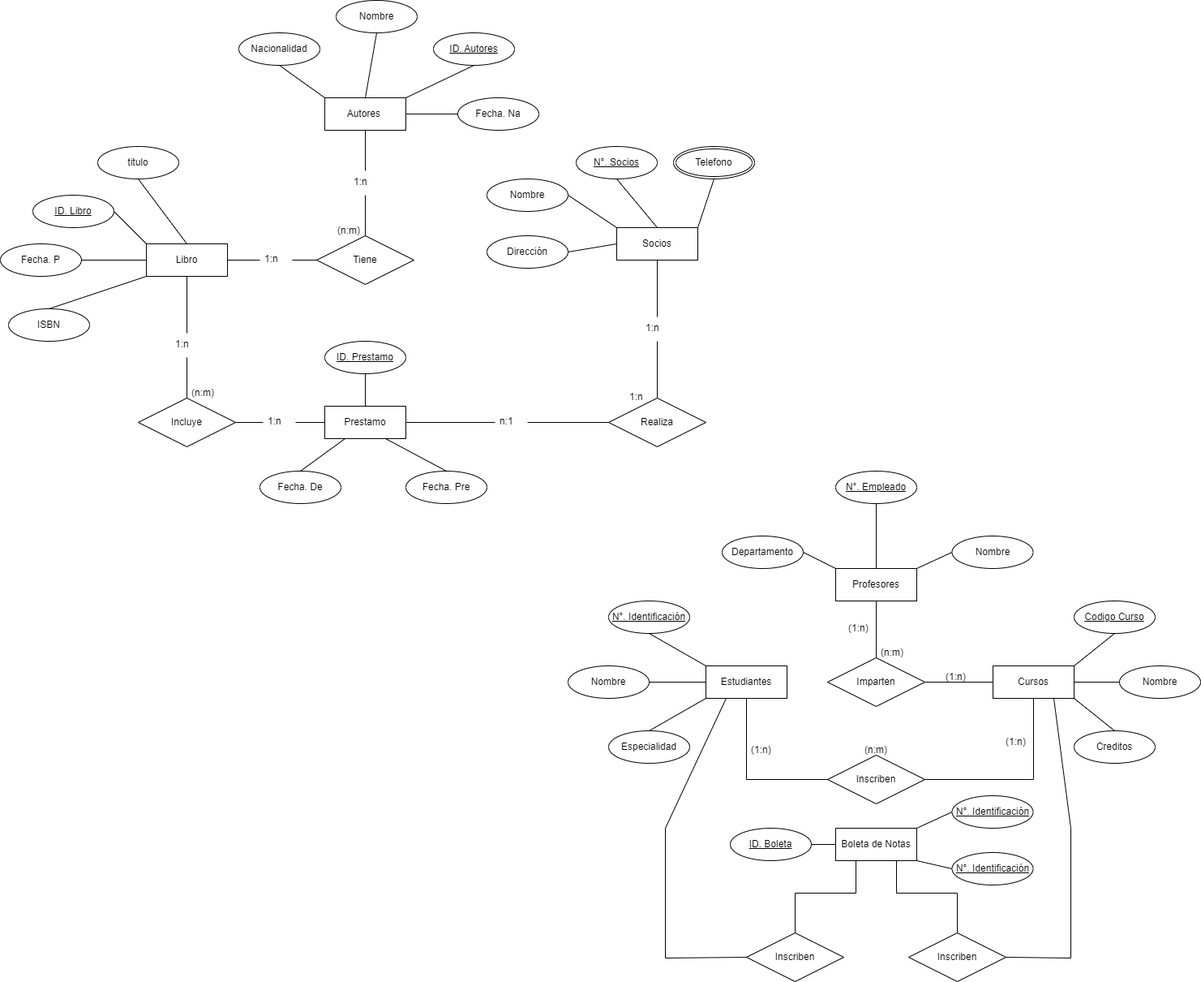
The draw.io diagram Biblioteca.drawio.png in skies120/Nuevo-Proyecto, before a commit. Source tidied: cells renumbered, new cells last; positions are measured from the earlier drawing's top-left corner, leaving out a move shared by most shapes.
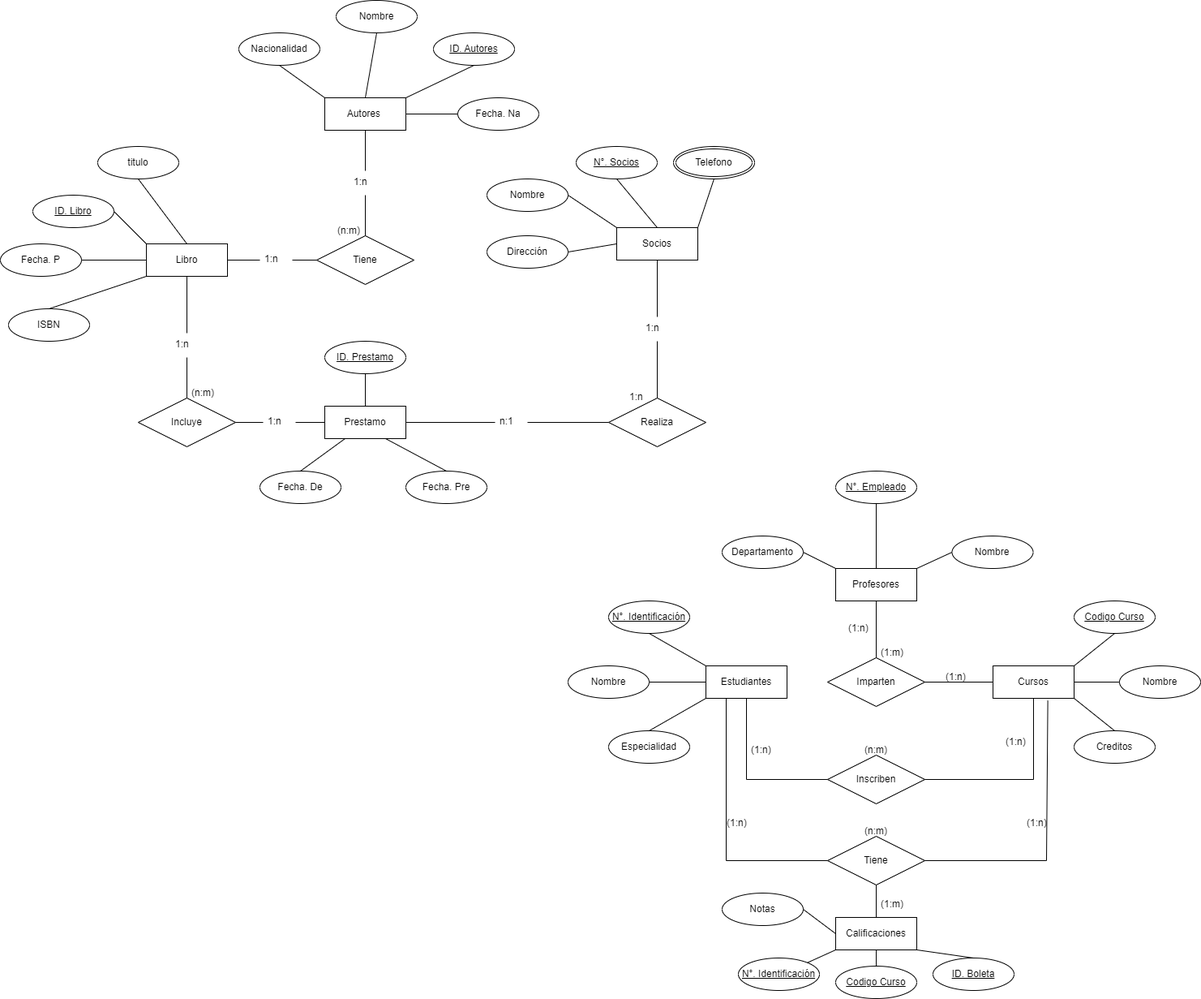
Later version of the same file.

Diff of the diagram source:
```diff
@@ -284,67 +284,67 @@
     <mxCell id="91" value="(1:n)" style="text;strokeColor=none;fillColor=none;spacingLeft=4;spacingRight=4;overflow=hidden;fontSize=12;whiteSpace=wrap;html=1;" parent="1" vertex="1">
       <mxGeometry x="1040" y="760" width="40" height="30" as="geometry" />
     </mxCell>
-    <mxCell id="92" value="(n:m)" style="text;strokeColor=none;fillColor=none;spacingLeft=4;spacingRight=4;overflow=hidden;fontSize=12;whiteSpace=wrap;html=1;" parent="1" vertex="1">
+    <mxCell id="92" value="(1:m)" style="text;strokeColor=none;fillColor=none;spacingLeft=4;spacingRight=4;overflow=hidden;fontSize=12;whiteSpace=wrap;html=1;" parent="1" vertex="1">
       <mxGeometry x="1080" y="790" width="40" height="30" as="geometry" />
     </mxCell>
-    <mxCell id="93" value="Boleta de Notas" style="whiteSpace=wrap;html=1;align=center;" parent="1" vertex="1">
-      <mxGeometry x="1030" y="1020" width="100" height="40" as="geometry" />
+    <mxCell id="93" value="Calificaciones" style="whiteSpace=wrap;html=1;align=center;" parent="1" vertex="1">
+      <mxGeometry x="1030" y="1130" width="100" height="40" as="geometry" />
     </mxCell>
-    <mxCell id="94" value="Inscriben" style="shape=rhombus;perimeter=rhombusPerimeter;whiteSpace=wrap;html=1;align=center;" parent="1" vertex="1">
-      <mxGeometry x="920" y="1149" width="120" height="60" as="geometry" />
-    </mxCell>
-    <mxCell id="95" value="N°. Identificación" style="ellipse;whiteSpace=wrap;html=1;align=center;fontStyle=4;" parent="1" vertex="1">
-      <mxGeometry x="1173.5" y="1050" width="100" height="40" as="geometry" />
+    <mxCell id="95" value="Codigo Curso" style="ellipse;whiteSpace=wrap;html=1;align=center;fontStyle=4;" parent="1" vertex="1">
+      <mxGeometry x="1030" y="1190" width="100" height="40" as="geometry" />
     </mxCell>
     <mxCell id="96" value="ID. Boleta" style="ellipse;whiteSpace=wrap;html=1;align=center;fontStyle=4;" parent="1" vertex="1">
-      <mxGeometry x="900" y="1020" width="100" height="40" as="geometry" />
+      <mxGeometry x="1150" y="1180" width="100" height="40" as="geometry" />
     </mxCell>
     <mxCell id="97" value="N°. Identificación" style="ellipse;whiteSpace=wrap;html=1;align=center;fontStyle=4;" parent="1" vertex="1">
-      <mxGeometry x="1173.5" y="980" width="100" height="40" as="geometry" />
+      <mxGeometry x="910" y="1180" width="100" height="40" as="geometry" />
     </mxCell>
-    <mxCell id="98" value="Inscriben" style="shape=rhombus;perimeter=rhombusPerimeter;whiteSpace=wrap;html=1;align=center;" parent="1" vertex="1">
-      <mxGeometry x="1120" y="1149" width="120" height="60" as="geometry" />
-    </mxCell>
+    <mxCell id="106" value="Notas" style="ellipse;whiteSpace=wrap;html=1;align=center;" parent="1" vertex="1">
+      <mxGeometry x="890" y="1100" width="100" height="40" as="geometry" />
+    </mxCell>
+    <mxCell id="101" style="endArrow=none;html=1;rounded=0;exitX=0.5;exitY=1;exitDx=0;exitDy=0;entryX=0.5;entryY=0;entryDx=0;entryDy=0;" parent="1" edge="1" source="93" target="95">
+      <mxGeometry relative="1" as="geometry" />
+    </mxCell>
+    <mxCell id="107" style="endArrow=none;html=1;rounded=0;exitX=1;exitY=0;exitDx=0;exitDy=0;entryX=0;entryY=1;entryDx=0;entryDy=0;" parent="1" edge="1" source="97" target="93">
+      <mxGeometry relative="1" as="geometry" />
+    </mxCell>
-    <mxCell id="99" style="endArrow=none;html=1;rounded=0;exitX=1;exitY=0.5;exitDx=0;exitDy=0;entryX=0;entryY=0.5;entryDx=0;entryDy=0;" parent="1" edge="1" source="96" target="93">
+    <mxCell id="99" style="endArrow=none;html=1;rounded=0;exitX=0.5;exitY=0;exitDx=0;exitDy=0;entryX=1;entryY=1;entryDx=0;entryDy=0;" parent="1" edge="1" source="96" target="93">
       <mxGeometry relative="1" as="geometry" />
     </mxCell>
-    <mxCell id="100" style="endArrow=none;html=1;rounded=0;exitX=1;exitY=0;exitDx=0;exitDy=0;entryX=0;entryY=0.5;entryDx=0;entryDy=0;" parent="1" edge="1" source="93" target="97">
-      <mxGeometry relative="1" as="geometry" />
-    </mxCell>
-    <mxCell id="101" style="endArrow=none;html=1;rounded=0;exitX=1;exitY=1;exitDx=0;exitDy=0;entryX=0;entryY=0.5;entryDx=0;entryDy=0;" parent="1" edge="1" source="93" target="95">
-      <mxGeometry relative="1" as="geometry" />
-    </mxCell>
-    <mxCell id="102" style="endArrow=none;html=1;rounded=0;exitX=0.25;exitY=1;exitDx=0;exitDy=0;entryX=0.5;entryY=0;entryDx=0;entryDy=0;" parent="1" edge="1" source="93" target="94">
-      <mxGeometry relative="1" as="geometry">
-        <Array as="points">
-          <mxPoint x="1055" y="1100" />
-          <mxPoint x="980" y="1100" />
-        </Array>
-      </mxGeometry>
-    </mxCell>
-    <mxCell id="103" style="endArrow=none;html=1;rounded=0;exitX=0.75;exitY=1;exitDx=0;exitDy=0;entryX=0.5;entryY=0;entryDx=0;entryDy=0;" parent="1" edge="1" source="93" target="98">
-      <mxGeometry relative="1" as="geometry">
-        <Array as="points">
-          <mxPoint x="1105" y="1100" />
-          <mxPoint x="1180" y="1100" />
-        </Array>
-      </mxGeometry>
-    </mxCell>
-    <mxCell id="104" style="endArrow=none;html=1;rounded=0;exitX=0.25;exitY=1;exitDx=0;exitDy=0;entryX=0;entryY=0.5;entryDx=0;entryDy=0;" parent="1" edge="1" source="62" target="94">
-      <mxGeometry relative="1" as="geometry">
-        <Array as="points">
-          <mxPoint x="820" y="1020" />
-          <mxPoint x="820" y="1180" />
-        </Array>
-      </mxGeometry>
-    </mxCell>
-    <mxCell id="105" style="endArrow=none;html=1;rounded=0;exitX=0.75;exitY=1;exitDx=0;exitDy=0;entryX=1;entryY=0.5;entryDx=0;entryDy=0;" parent="1" edge="1" source="61" target="98">
-      <mxGeometry relative="1" as="geometry">
-        <Array as="points">
-          <mxPoint x="1320" y="1020" />
-          <mxPoint x="1320" y="1180" />
-        </Array>
-      </mxGeometry>
-    </mxCell>
+    <mxCell id="108" value="Tiene" style="shape=rhombus;perimeter=rhombusPerimeter;whiteSpace=wrap;html=1;align=center;" parent="1" vertex="1">
+      <mxGeometry x="1020" y="1030" width="120" height="60" as="geometry" />
+    </mxCell>
+    <mxCell id="109" style="endArrow=none;html=1;rounded=0;exitX=0.5;exitY=1;exitDx=0;exitDy=0;entryX=0.5;entryY=0;entryDx=0;entryDy=0;" parent="1" edge="1" source="108" target="93">
+      <mxGeometry relative="1" as="geometry" />
+    </mxCell>
+    <mxCell id="110" style="endArrow=none;html=1;rounded=0;entryX=0;entryY=0.5;entryDx=0;entryDy=0;exitX=0.25;exitY=1;exitDx=0;exitDy=0;" parent="1" edge="1" source="62" target="108">
+      <mxGeometry relative="1" as="geometry">
+        <Array as="points">
+          <mxPoint x="895" y="1060" />
+        </Array>
+      </mxGeometry>
+    </mxCell>
+    <mxCell id="111" style="endArrow=none;html=1;rounded=0;exitX=1;exitY=0.5;exitDx=0;exitDy=0;entryX=0.676;entryY=1.076;entryDx=0;entryDy=0;entryPerimeter=0;" parent="1" edge="1" source="108" target="61">
+      <mxGeometry relative="1" as="geometry">
+        <Array as="points">
+          <mxPoint x="1290" y="1060" />
+        </Array>
+      </mxGeometry>
+    </mxCell>
+    <mxCell id="112" style="endArrow=none;html=1;rounded=0;exitX=1;exitY=0.5;exitDx=0;exitDy=0;entryX=0;entryY=0.5;entryDx=0;entryDy=0;" parent="1" edge="1" source="106" target="93">
+      <mxGeometry relative="1" as="geometry" />
+    </mxCell>
+    <mxCell id="113" value="(1:n)" style="text;strokeColor=none;fillColor=none;spacingLeft=4;spacingRight=4;overflow=hidden;fontSize=12;whiteSpace=wrap;html=1;" parent="1" vertex="1">
+      <mxGeometry x="890" y="1000" width="40" height="30" as="geometry" />
+    </mxCell>
+    <mxCell id="114" value="(1:n)" style="text;strokeColor=none;fillColor=none;spacingLeft=4;spacingRight=4;overflow=hidden;fontSize=12;whiteSpace=wrap;html=1;" parent="1" vertex="1">
+      <mxGeometry x="1260" y="1000" width="40" height="30" as="geometry" />
+    </mxCell>
+    <mxCell id="115" value="(n:m)" style="text;strokeColor=none;fillColor=none;spacingLeft=4;spacingRight=4;overflow=hidden;fontSize=12;whiteSpace=wrap;html=1;" parent="1" vertex="1">
+      <mxGeometry x="1060" y="1010" width="40" height="30" as="geometry" />
+    </mxCell>
+    <mxCell id="116" value="(1:m)" style="text;strokeColor=none;fillColor=none;spacingLeft=4;spacingRight=4;overflow=hidden;fontSize=12;whiteSpace=wrap;html=1;" parent="1" vertex="1">
+      <mxGeometry x="1080" y="1100" width="40" height="30" as="geometry" />
+    </mxCell>
   </root>
 </mxGraphModel>
```
